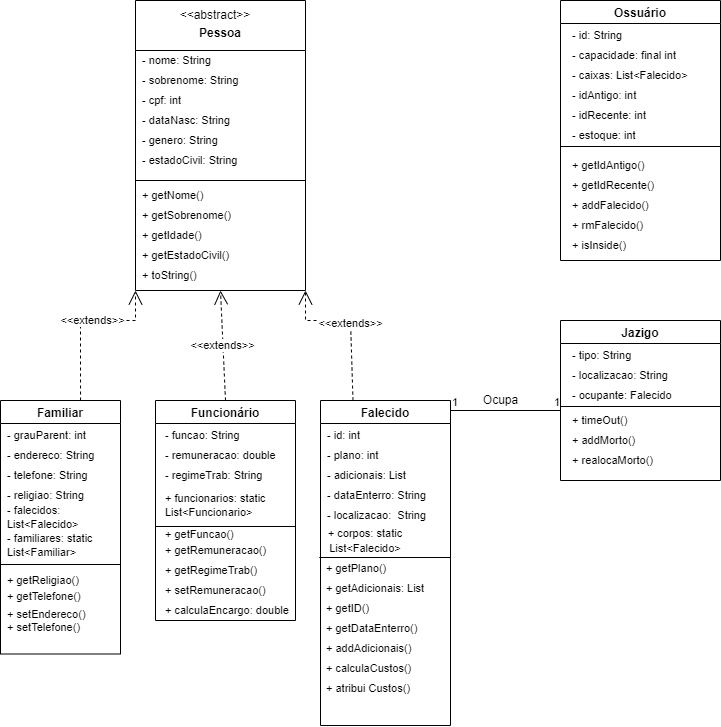
This is Diagrama_cemiterio.png from cemiterioPOO/Cemiterio, a draw.io export, as it was before one commit. Source tidied: cells renumbered, new cells last; positions are measured from the earlier drawing's top-left corner, leaving out a move shared by most shapes.
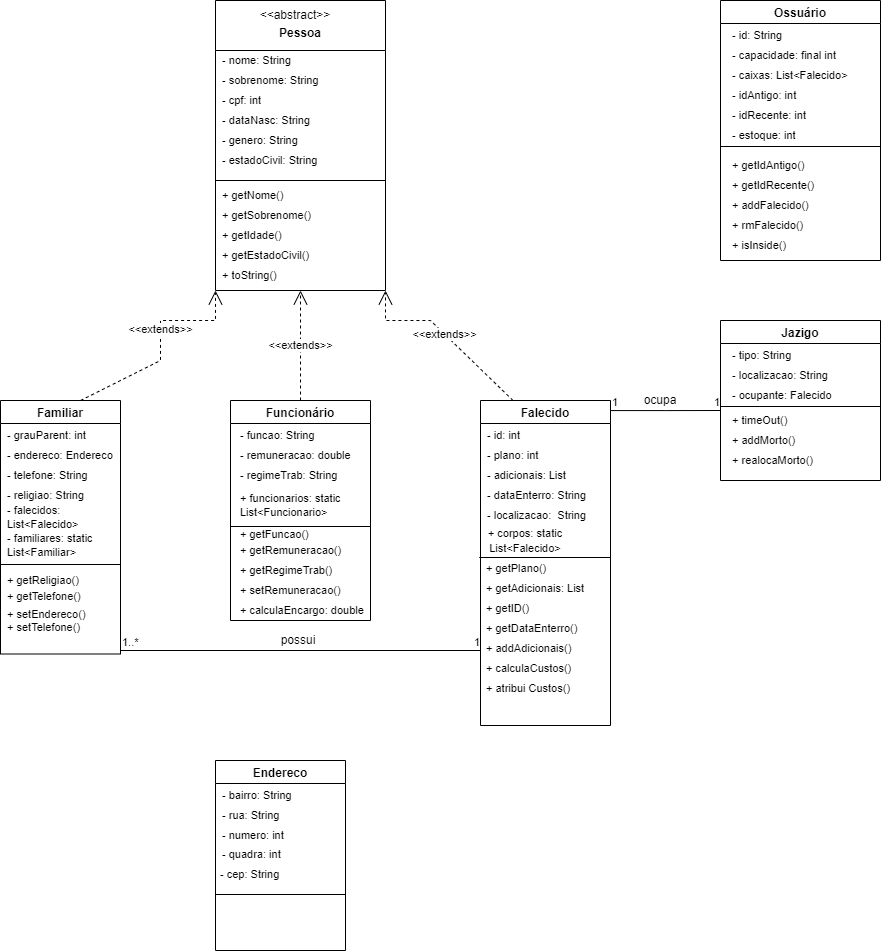
Later version of the same file.

Diff of the diagram source:
```diff
@@ -48,7 +48,7 @@
       <mxGeometry x="5" y="260" width="110" height="30" as="geometry" />
     </mxCell>
     <mxCell id="16" value="Jazigo" style="swimlane;" parent="1" vertex="1">
-      <mxGeometry x="560" y="320" width="160" height="160" as="geometry" />
+      <mxGeometry x="640" y="320" width="160" height="160" as="geometry" />
     </mxCell>
     <mxCell id="17" value="- tipo: String" style="text;html=1;strokeColor=none;fillColor=none;align=left;verticalAlign=middle;whiteSpace=wrap;rounded=0;fontSize=11;" parent="16" vertex="1">
       <mxGeometry x="10" y="20" width="80" height="30" as="geometry" />
@@ -72,7 +72,7 @@
       <mxGeometry x="10" y="120" width="90" height="40" as="geometry" />
     </mxCell>
     <mxCell id="24" value="Familiar" style="swimlane;" parent="1" vertex="1">
-      <mxGeometry y="400" width="120" height="253.5" as="geometry" />
+      <mxGeometry x="-80" y="400" width="120" height="253.5" as="geometry" />
     </mxCell>
     <mxCell id="25" value="- grauParent: int" style="text;html=1;strokeColor=none;fillColor=none;align=left;verticalAlign=middle;whiteSpace=wrap;rounded=0;fontSize=11;" parent="24" vertex="1">
       <mxGeometry x="5" y="20" width="110" height="30" as="geometry" />
@@ -80,7 +80,7 @@
     <mxCell id="26" value="- telefone: String" style="text;html=1;strokeColor=none;fillColor=none;align=left;verticalAlign=middle;whiteSpace=wrap;rounded=0;fontSize=11;" parent="24" vertex="1">
       <mxGeometry x="5" y="60" width="110" height="30" as="geometry" />
     </mxCell>
-    <mxCell id="27" value="- endereco: String" style="text;html=1;strokeColor=none;fillColor=none;align=left;verticalAlign=middle;whiteSpace=wrap;rounded=0;fontSize=11;" parent="24" vertex="1">
+    <mxCell id="27" value="- endereco: Endereco" style="text;html=1;strokeColor=none;fillColor=none;align=left;verticalAlign=middle;whiteSpace=wrap;rounded=0;fontSize=11;" parent="24" vertex="1">
       <mxGeometry x="5" y="40" width="110" height="30" as="geometry" />
     </mxCell>
     <mxCell id="28" value="- religiao: String" style="text;html=1;strokeColor=none;fillColor=none;align=left;verticalAlign=middle;whiteSpace=wrap;rounded=0;fontSize=11;" parent="24" vertex="1">
@@ -108,7 +108,7 @@
       <mxGeometry x="5" y="129.5" width="125" height="30" as="geometry" />
     </mxCell>
     <mxCell id="36" value="Funcionário" style="swimlane;" parent="1" vertex="1">
-      <mxGeometry x="155" y="400" width="140" height="220" as="geometry" />
+      <mxGeometry x="150" y="400" width="140" height="220" as="geometry" />
     </mxCell>
     <mxCell id="37" value="- funcao: String" style="text;html=1;strokeColor=none;fillColor=none;align=left;verticalAlign=middle;whiteSpace=wrap;rounded=0;fontSize=11;" parent="36" vertex="1">
       <mxGeometry x="7.5" y="20" width="95" height="30" as="geometry" />
@@ -141,7 +141,7 @@
       <mxGeometry x="7.5" y="90" width="120" height="30" as="geometry" />
     </mxCell>
     <mxCell id="47" value="Falecido" style="swimlane;" parent="1" vertex="1">
-      <mxGeometry x="320" y="400" width="130" height="325" as="geometry" />
+      <mxGeometry x="400" y="400" width="130" height="325" as="geometry" />
     </mxCell>
     <mxCell id="48" value="- plano: int" style="text;html=1;strokeColor=none;fillColor=none;align=left;verticalAlign=middle;whiteSpace=wrap;rounded=0;fontSize=11;" parent="47" vertex="1">
       <mxGeometry x="5" y="40" width="110" height="30" as="geometry" />
@@ -186,7 +186,7 @@
       <mxGeometry x="3.8" y="268" width="112.5" height="40" as="geometry" />
     </mxCell>
     <mxCell id="62" value="Ossuário" style="swimlane;startSize=23;" parent="1" vertex="1">
-      <mxGeometry x="560" width="160" height="260" as="geometry" />
+      <mxGeometry x="640" width="160" height="260" as="geometry" />
     </mxCell>
     <mxCell id="63" value="- capacidade: final int" style="text;html=1;strokeColor=none;fillColor=none;align=left;verticalAlign=middle;whiteSpace=wrap;rounded=0;fontSize=11;" parent="62" vertex="1">
       <mxGeometry x="10" y="40" width="120" height="30" as="geometry" />
@@ -244,10 +244,9 @@
         </Array>
       </mxGeometry>
     </mxCell>
-    <mxCell id="78" style="endArrow=none;html=1;edgeStyle=orthogonalEdgeStyle;rounded=0;" parent="1" edge="1">
+    <mxCell id="78" style="endArrow=none;html=1;edgeStyle=orthogonalEdgeStyle;rounded=0;exitX=1;exitY=0.031;exitDx=0;exitDy=0;exitPerimeter=0;" parent="1" edge="1" source="47">
       <mxGeometry relative="1" as="geometry">
-        <mxPoint x="450" y="410" as="sourcePoint" />
-        <mxPoint x="560" y="410" as="targetPoint" />
+        <mxPoint x="640" y="410" as="targetPoint" />
       </mxGeometry>
     </mxCell>
     <mxCell id="79" value="1" style="edgeLabel;html=1;align=left;verticalAlign=bottom;" parent="78" vertex="1">
@@ -256,8 +255,50 @@
     <mxCell id="80" value="1" style="edgeLabel;html=1;align=right;verticalAlign=bottom;" parent="78" vertex="1">
       <mxGeometry x="1" relative="1" as="geometry" />
     </mxCell>
-    <mxCell id="81" value="Ocupa" style="text;html=1;align=center;verticalAlign=middle;strokeColor=none;fillColor=none;" parent="1" vertex="1">
-      <mxGeometry x="470" y="385" width="60" height="30" as="geometry" />
-    </mxCell>
+    <mxCell id="82" value="Endereco" style="swimlane;" parent="1" vertex="1">
+      <mxGeometry x="135" y="760" width="130" height="190" as="geometry" />
+    </mxCell>
+    <mxCell id="83" style="line;strokeWidth=1;fillColor=none;align=left;verticalAlign=middle;spacingTop=-1;spacingLeft=3;spacingRight=3;labelPosition=right;fontSize=11;" parent="82" vertex="1">
+      <mxGeometry y="130" width="130" height="8" as="geometry" />
+    </mxCell>
+    <mxCell id="84" value="&lt;font style=&quot;font-size: 11px;&quot;&gt;- bairro: String&lt;/font&gt;" style="text;html=1;strokeColor=none;fillColor=none;align=left;verticalAlign=middle;whiteSpace=wrap;rounded=0;" parent="82" vertex="1">
+      <mxGeometry x="5" y="20" width="120" height="30" as="geometry" />
+    </mxCell>
+    <mxCell id="85" value="&lt;font style=&quot;font-size: 11px;&quot;&gt;- quadra: int&lt;/font&gt;" style="text;html=1;strokeColor=none;fillColor=none;align=left;verticalAlign=middle;whiteSpace=wrap;rounded=0;" parent="82" vertex="1">
+      <mxGeometry x="5" y="79" width="120" height="31" as="geometry" />
+    </mxCell>
+    <mxCell id="86" value="&lt;font style=&quot;font-size: 11px;&quot;&gt;- numero: int&lt;/font&gt;" style="text;html=1;strokeColor=none;fillColor=none;align=left;verticalAlign=middle;whiteSpace=wrap;rounded=0;" parent="82" vertex="1">
+      <mxGeometry x="5" y="60" width="120" height="30" as="geometry" />
+    </mxCell>
+    <mxCell id="87" value="&lt;font style=&quot;font-size: 11px;&quot;&gt;- rua: String&lt;/font&gt;" style="text;html=1;strokeColor=none;fillColor=none;align=left;verticalAlign=middle;whiteSpace=wrap;rounded=0;" parent="82" vertex="1">
+      <mxGeometry x="5" y="40" width="120" height="30" as="geometry" />
+    </mxCell>
+    <mxCell id="88" value="&lt;font style=&quot;font-size: 11px;&quot;&gt;- cep: String&lt;/font&gt;" style="text;html=1;strokeColor=none;fillColor=none;align=left;verticalAlign=middle;whiteSpace=wrap;rounded=0;" parent="82" vertex="1">
+      <mxGeometry x="2.5" y="99" width="120" height="31" as="geometry" />
+    </mxCell>
+    <mxCell id="89" value="ocupa" style="text;html=1;strokeColor=none;fillColor=none;align=center;verticalAlign=middle;whiteSpace=wrap;rounded=0;" parent="1" vertex="1">
+      <mxGeometry x="550" y="385" width="60" height="30" as="geometry" />
+    </mxCell>
+    <mxCell id="90" style="endArrow=none;html=1;edgeStyle=orthogonalEdgeStyle;rounded=0;" parent="1" edge="1">
+      <mxGeometry relative="1" as="geometry">
+        <mxPoint x="40" y="650" as="sourcePoint" />
+        <mxPoint x="400" y="660" as="targetPoint" />
+        <Array as="points">
+          <mxPoint x="40" y="650" />
+          <mxPoint x="400" y="650" />
+        </Array>
+      </mxGeometry>
+    </mxCell>
+    <mxCell id="91" value="1..*" style="edgeLabel;html=1;align=left;verticalAlign=bottom;" parent="90" vertex="1">
+      <mxGeometry x="-1" relative="1" as="geometry" />
+    </mxCell>
+    <mxCell id="92" value="1" style="edgeLabel;html=1;align=right;verticalAlign=bottom;" parent="90" vertex="1">
+      <mxGeometry x="1" relative="1" as="geometry">
+        <mxPoint y="-10" as="offset" />
+      </mxGeometry>
+    </mxCell>
+    <mxCell id="93" value="possui" style="text;html=1;strokeColor=none;fillColor=none;align=center;verticalAlign=middle;whiteSpace=wrap;rounded=0;" parent="1" vertex="1">
+      <mxGeometry x="187.5" y="620" width="60" height="40" as="geometry" />
+    </mxCell>
   </root>
 </mxGraphModel>
```
